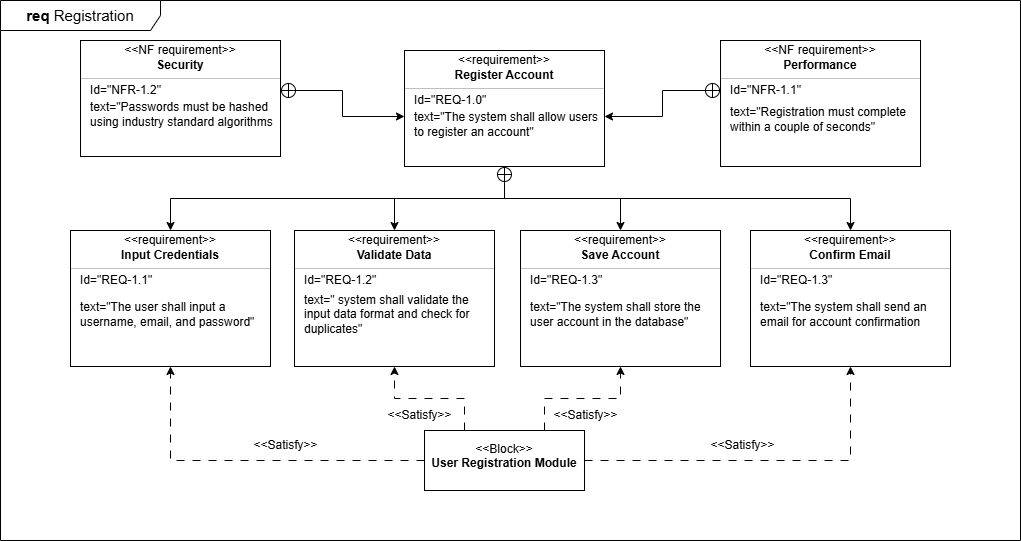
Before: Diagrams/Requirement/Félix/AccountRegistration_requirement.png, a diagram exported from draw.io (luislamy/msp). Source tidied: cells renumbered, new cells last; positions are measured from the earlier drawing's top-left corner, leaving out a move shared by most shapes.
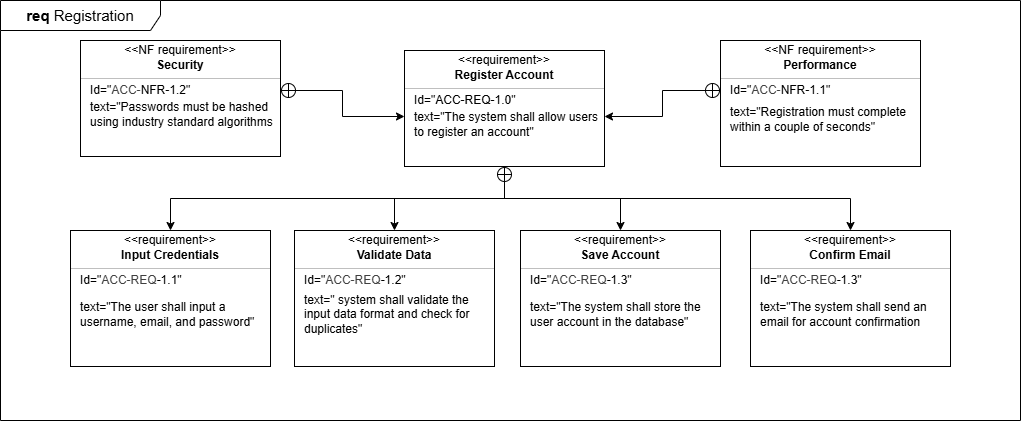
After the change.

The edit, as a diff of the source:
```diff
@@ -3,7 +3,7 @@
     <mxCell id="0" />
     <mxCell id="1" parent="0" />
     <mxCell id="2" value="&lt;font style=&quot;font-size: 15px;&quot;&gt;&lt;b style=&quot;&quot;&gt;req &lt;/b&gt;Registration&lt;/font&gt;" style="shape=umlFrame;whiteSpace=wrap;html=1;width=160;" parent="1" vertex="1">
-      <mxGeometry width="1020" height="540" as="geometry" />
+      <mxGeometry width="1020" height="420" as="geometry" />
     </mxCell>
     <mxCell id="3" style="fontStyle=1;align=center;verticalAlign=middle;horizontal=1;" parent="2" vertex="1">
       <mxGeometry x="294" y="230" width="200" height="136" as="geometry" />
@@ -17,7 +17,7 @@
     <mxCell id="6" style="line;strokeWidth=0.25;fillColor=none;align=left;verticalAlign=middle;spacingTop=-1;spacingLeft=3;spacingRight=3;labelPosition=right;" parent="3" vertex="1">
       <mxGeometry y="34" width="200" height="8" as="geometry" />
     </mxCell>
-    <mxCell id="7" value="Id=&quot;&lt;span style=&quot;background-color: transparent;&quot;&gt;REQ-1.2&lt;/span&gt;&quot;" style="html=1;align=left;spacing=0;verticalAlign=middle;strokeColor=none;fillColor=none;whiteSpace=wrap;spacingLeft=10;" parent="3" vertex="1">
+    <mxCell id="7" value="Id=&quot;&lt;span style=&quot;color: rgb(63, 63, 63);&quot;&gt;ACC-REQ&lt;/span&gt;&lt;span style=&quot;background-color: transparent;&quot;&gt;-1.2&lt;/span&gt;&quot;" style="html=1;align=left;spacing=0;verticalAlign=middle;strokeColor=none;fillColor=none;whiteSpace=wrap;spacingLeft=10;" parent="3" vertex="1">
       <mxGeometry y="42" width="200" height="16" as="geometry" />
     </mxCell>
     <mxCell id="8" value="text=&quot;&amp;nbsp;system shall validate the input data format and check for duplicates&quot;" style="html=1;align=left;spacing=0;verticalAlign=middle;strokeColor=none;fillColor=none;whiteSpace=wrap;spacingLeft=10;" parent="3" vertex="1">
@@ -38,7 +38,7 @@
     <mxCell id="13" style="line;strokeWidth=0.25;fillColor=none;align=left;verticalAlign=middle;spacingTop=-1;spacingLeft=3;spacingRight=3;labelPosition=right;" parent="10" vertex="1">
       <mxGeometry y="34" width="200" height="8" as="geometry" />
     </mxCell>
-    <mxCell id="14" value="Id=&quot;&lt;span style=&quot;background-color: transparent;&quot;&gt;REQ-1.3&lt;/span&gt;&quot;" style="html=1;align=left;spacing=0;verticalAlign=middle;strokeColor=none;fillColor=none;whiteSpace=wrap;spacingLeft=10;" parent="10" vertex="1">
+    <mxCell id="14" value="Id=&quot;&lt;span style=&quot;color: rgb(63, 63, 63);&quot;&gt;ACC-REQ&lt;/span&gt;&lt;span style=&quot;background-color: transparent;&quot;&gt;-1.3&lt;/span&gt;&quot;" style="html=1;align=left;spacing=0;verticalAlign=middle;strokeColor=none;fillColor=none;whiteSpace=wrap;spacingLeft=10;" parent="10" vertex="1">
       <mxGeometry y="42" width="200" height="16" as="geometry" />
     </mxCell>
     <mxCell id="15" value="text=&quot;&lt;span style=&quot;background-color: transparent;&quot;&gt;The system shall store the user account in the database&lt;/span&gt;&lt;span style=&quot;background-color: transparent; color: light-dark(rgb(0, 0, 0), rgb(255, 255, 255));&quot;&gt;&quot;&lt;/span&gt;" style="html=1;align=left;spacing=0;verticalAlign=middle;strokeColor=none;fillColor=none;whiteSpace=wrap;spacingLeft=10;" parent="10" vertex="1">
@@ -47,27 +47,6 @@
     <mxCell id="16" style="html=1;align=center;spacing=0;verticalAlign=middle;strokeColor=none;fillColor=none;whiteSpace=wrap;" parent="10" vertex="1">
       <mxGeometry y="110" width="200" height="26" as="geometry" />
     </mxCell>
-    <mxCell id="17" style="edgeStyle=orthogonalEdgeStyle;rounded=0;jettySize=auto;html=1;exitX=0.25;exitY=0;exitDx=0;exitDy=0;entryX=0.5;entryY=1;entryDx=0;entryDy=0;dashed=1;dashPattern=8 8;" parent="2" edge="1" source="19" target="9">
-      <mxGeometry relative="1" as="geometry" />
-    </mxCell>
-    <mxCell id="18" style="edgeStyle=orthogonalEdgeStyle;rounded=0;jettySize=auto;html=1;exitX=0.75;exitY=0;exitDx=0;exitDy=0;entryX=0.5;entryY=1;entryDx=0;entryDy=0;dashed=1;dashPattern=8 8;" parent="2" edge="1" source="19" target="16">
-      <mxGeometry relative="1" as="geometry" />
-    </mxCell>
-    <mxCell id="19" value="&lt;p&gt;&amp;lt;&amp;lt;Block&amp;gt;&amp;gt;&lt;br&gt;&lt;b&gt;User Registration Module&lt;/b&gt;&lt;/p&gt;" style="shape=rect;html=1;overflow=fill;whiteSpace=wrap;align=center;" parent="2" vertex="1">
-      <mxGeometry x="424" y="430" width="160" height="60" as="geometry" />
-    </mxCell>
-    <mxCell id="20" value="&amp;lt;&amp;lt;Satisfy&amp;gt;&amp;gt;" style="text;html=1;align=center;verticalAlign=middle;strokeColor=none;fillColor=none;" parent="2" vertex="1">
-      <mxGeometry x="240" y="430" width="90" height="30" as="geometry" />
-    </mxCell>
-    <mxCell id="21" value="&amp;lt;&amp;lt;Satisfy&amp;gt;&amp;gt;" style="text;html=1;align=center;verticalAlign=middle;strokeColor=none;fillColor=none;" parent="2" vertex="1">
-      <mxGeometry x="374" y="400" width="90" height="30" as="geometry" />
-    </mxCell>
-    <mxCell id="22" value="&amp;lt;&amp;lt;Satisfy&amp;gt;&amp;gt;" style="text;html=1;align=center;verticalAlign=middle;strokeColor=none;fillColor=none;" parent="2" vertex="1">
-      <mxGeometry x="540" y="400" width="90" height="30" as="geometry" />
-    </mxCell>
-    <mxCell id="23" value="&amp;lt;&amp;lt;Satisfy&amp;gt;&amp;gt;" style="text;html=1;align=center;verticalAlign=middle;strokeColor=none;fillColor=none;" parent="2" vertex="1">
-      <mxGeometry x="697" y="430" width="90" height="30" as="geometry" />
-    </mxCell>
     <mxCell id="24" style="fontStyle=1;align=center;verticalAlign=middle;horizontal=1;" parent="1" vertex="1">
       <mxGeometry x="404" y="50" width="200" height="116" as="geometry" />
     </mxCell>
@@ -80,7 +59,7 @@
     <mxCell id="27" style="line;strokeWidth=0.25;fillColor=none;align=left;verticalAlign=middle;spacingTop=-1;spacingLeft=3;spacingRight=3;labelPosition=right;" parent="24" vertex="1">
       <mxGeometry y="34" width="200" height="8" as="geometry" />
     </mxCell>
-    <mxCell id="28" value="Id=&quot;&lt;span style=&quot;background-color: transparent;&quot;&gt;REQ-1.0&lt;/span&gt;&quot;" style="html=1;align=left;spacing=0;verticalAlign=middle;strokeColor=none;fillColor=none;whiteSpace=wrap;spacingLeft=10;" parent="24" vertex="1">
+    <mxCell id="28" value="Id=&quot;&lt;span style=&quot;background-color: transparent;&quot;&gt;ACC-REQ-1.0&lt;/span&gt;&quot;" style="html=1;align=left;spacing=0;verticalAlign=middle;strokeColor=none;fillColor=none;whiteSpace=wrap;spacingLeft=10;" parent="24" vertex="1">
       <mxGeometry y="42" width="200" height="16" as="geometry" />
     </mxCell>
     <mxCell id="29" value="text=&quot;The system shall allow users to register an account&quot;" style="html=1;align=left;spacing=0;verticalAlign=middle;strokeColor=none;fillColor=none;whiteSpace=wrap;spacingLeft=10;" parent="24" vertex="1">
@@ -101,7 +80,7 @@
     <mxCell id="34" style="line;strokeWidth=0.25;fillColor=none;align=left;verticalAlign=middle;spacingTop=-1;spacingLeft=3;spacingRight=3;labelPosition=right;" parent="31" vertex="1">
       <mxGeometry y="34" width="200" height="8" as="geometry" />
     </mxCell>
-    <mxCell id="35" value="Id=&quot;&lt;span style=&quot;background-color: transparent;&quot;&gt;REQ-1.1&lt;/span&gt;&quot;" style="html=1;align=left;spacing=0;verticalAlign=middle;strokeColor=none;fillColor=none;whiteSpace=wrap;spacingLeft=10;" parent="31" vertex="1">
+    <mxCell id="35" value="Id=&quot;&lt;span style=&quot;color: rgb(63, 63, 63);&quot;&gt;ACC-REQ&lt;/span&gt;&lt;span style=&quot;background-color: transparent;&quot;&gt;-1.1&lt;/span&gt;&quot;" style="html=1;align=left;spacing=0;verticalAlign=middle;strokeColor=none;fillColor=none;whiteSpace=wrap;spacingLeft=10;" parent="31" vertex="1">
       <mxGeometry y="42" width="200" height="16" as="geometry" />
     </mxCell>
     <mxCell id="36" value="text=&quot;&lt;span style=&quot;background-color: transparent;&quot;&gt;The user shall input a username, email, and password&lt;/span&gt;&lt;span style=&quot;background-color: transparent; color: light-dark(rgb(0, 0, 0), rgb(255, 255, 255));&quot;&gt;&quot;&lt;/span&gt;" style="html=1;align=left;spacing=0;verticalAlign=middle;strokeColor=none;fillColor=none;whiteSpace=wrap;spacingLeft=10;" parent="31" vertex="1">
@@ -131,7 +110,7 @@
     <mxCell id="44" style="line;strokeWidth=0.25;fillColor=none;align=left;verticalAlign=middle;spacingTop=-1;spacingLeft=3;spacingRight=3;labelPosition=right;" parent="41" vertex="1">
       <mxGeometry y="34" width="200" height="8" as="geometry" />
     </mxCell>
-    <mxCell id="45" value="Id=&quot;&lt;span style=&quot;background-color: transparent;&quot;&gt;NFR-1.1&lt;/span&gt;&quot;" style="html=1;align=left;spacing=0;verticalAlign=middle;strokeColor=none;fillColor=none;whiteSpace=wrap;spacingLeft=10;" parent="41" vertex="1">
+    <mxCell id="45" value="Id=&quot;&lt;span style=&quot;color: rgb(63, 63, 63);&quot;&gt;ACC-&lt;/span&gt;&lt;span style=&quot;background-color: transparent;&quot;&gt;NFR-1.1&lt;/span&gt;&quot;" style="html=1;align=left;spacing=0;verticalAlign=middle;strokeColor=none;fillColor=none;whiteSpace=wrap;spacingLeft=10;" parent="41" vertex="1">
       <mxGeometry y="42" width="200" height="16" as="geometry" />
     </mxCell>
     <mxCell id="46" value="text=&quot;&lt;span style=&quot;background-color: transparent;&quot;&gt;Registration must complete within a couple of seconds&lt;/span&gt;&lt;span style=&quot;background-color: transparent; color: light-dark(rgb(0, 0, 0), rgb(255, 255, 255));&quot;&gt;&quot;&lt;/span&gt;" style="html=1;align=left;spacing=0;verticalAlign=middle;strokeColor=none;fillColor=none;whiteSpace=wrap;spacingLeft=10;" parent="41" vertex="1">
@@ -152,7 +131,7 @@
     <mxCell id="51" style="line;strokeWidth=0.25;fillColor=none;align=left;verticalAlign=middle;spacingTop=-1;spacingLeft=3;spacingRight=3;labelPosition=right;" parent="48" vertex="1">
       <mxGeometry y="34" width="200" height="8" as="geometry" />
     </mxCell>
-    <mxCell id="52" value="Id=&quot;&lt;span style=&quot;background-color: transparent;&quot;&gt;NFR-1.2&lt;/span&gt;&quot;" style="html=1;align=left;spacing=0;verticalAlign=middle;strokeColor=none;fillColor=none;whiteSpace=wrap;spacingLeft=10;" parent="48" vertex="1">
+    <mxCell id="52" value="Id=&quot;&lt;span style=&quot;color: rgb(63, 63, 63);&quot;&gt;ACC-&lt;/span&gt;&lt;span style=&quot;background-color: transparent;&quot;&gt;NFR-1.2&lt;/span&gt;&quot;" style="html=1;align=left;spacing=0;verticalAlign=middle;strokeColor=none;fillColor=none;whiteSpace=wrap;spacingLeft=10;" parent="48" vertex="1">
       <mxGeometry y="42" width="200" height="16" as="geometry" />
     </mxCell>
     <mxCell id="53" value="text=&quot;&lt;span style=&quot;background-color: transparent;&quot;&gt;&lt;font&gt;Passwords must be hashed using industry standard algorithms&lt;font color=&quot;rgba(0, 0, 0, 0)&quot;&gt;&quot;&lt;/font&gt;&lt;/font&gt;&lt;/span&gt;" style="html=1;align=left;spacing=0;verticalAlign=middle;strokeColor=none;fillColor=none;whiteSpace=wrap;spacingLeft=10;" parent="48" vertex="1">
@@ -176,7 +155,7 @@
     <mxCell id="59" style="line;strokeWidth=0.25;fillColor=none;align=left;verticalAlign=middle;spacingTop=-1;spacingLeft=3;spacingRight=3;labelPosition=right;" parent="56" vertex="1">
       <mxGeometry y="34" width="200" height="8" as="geometry" />
     </mxCell>
-    <mxCell id="60" value="Id=&quot;&lt;span style=&quot;background-color: transparent;&quot;&gt;REQ-1.3&lt;/span&gt;&quot;" style="html=1;align=left;spacing=0;verticalAlign=middle;strokeColor=none;fillColor=none;whiteSpace=wrap;spacingLeft=10;" parent="56" vertex="1">
+    <mxCell id="60" value="Id=&quot;&lt;span style=&quot;color: rgb(63, 63, 63);&quot;&gt;ACC-REQ&lt;/span&gt;&lt;span style=&quot;background-color: transparent;&quot;&gt;-1.3&lt;/span&gt;&quot;" style="html=1;align=left;spacing=0;verticalAlign=middle;strokeColor=none;fillColor=none;whiteSpace=wrap;spacingLeft=10;" parent="56" vertex="1">
       <mxGeometry y="42" width="200" height="16" as="geometry" />
     </mxCell>
     <mxCell id="61" value="text=&quot;&lt;span style=&quot;background-color: transparent;&quot;&gt;The system shall send an email for account confirmation&lt;font color=&quot;rgba(0, 0, 0, 0)&quot;&gt;&quot;&lt;/font&gt;&lt;/span&gt;" style="html=1;align=left;spacing=0;verticalAlign=middle;strokeColor=none;fillColor=none;whiteSpace=wrap;spacingLeft=10;" parent="56" vertex="1">
@@ -198,11 +177,5 @@
         </Array>
       </mxGeometry>
     </mxCell>
-    <mxCell id="65" style="edgeStyle=orthogonalEdgeStyle;rounded=0;jettySize=auto;html=1;exitX=0;exitY=0.5;exitDx=0;exitDy=0;entryX=0.5;entryY=1;entryDx=0;entryDy=0;dashed=1;dashPattern=8 8;" parent="1" edge="1" source="19" target="37">
-      <mxGeometry relative="1" as="geometry" />
-    </mxCell>
-    <mxCell id="66" style="edgeStyle=orthogonalEdgeStyle;rounded=0;jettySize=auto;html=1;exitX=1;exitY=0.5;exitDx=0;exitDy=0;entryX=0.5;entryY=1;entryDx=0;entryDy=0;dashed=1;dashPattern=8 8;" parent="1" edge="1" source="19" target="62">
-      <mxGeometry relative="1" as="geometry" />
-    </mxCell>
   </root>
 </mxGraphModel>
```
